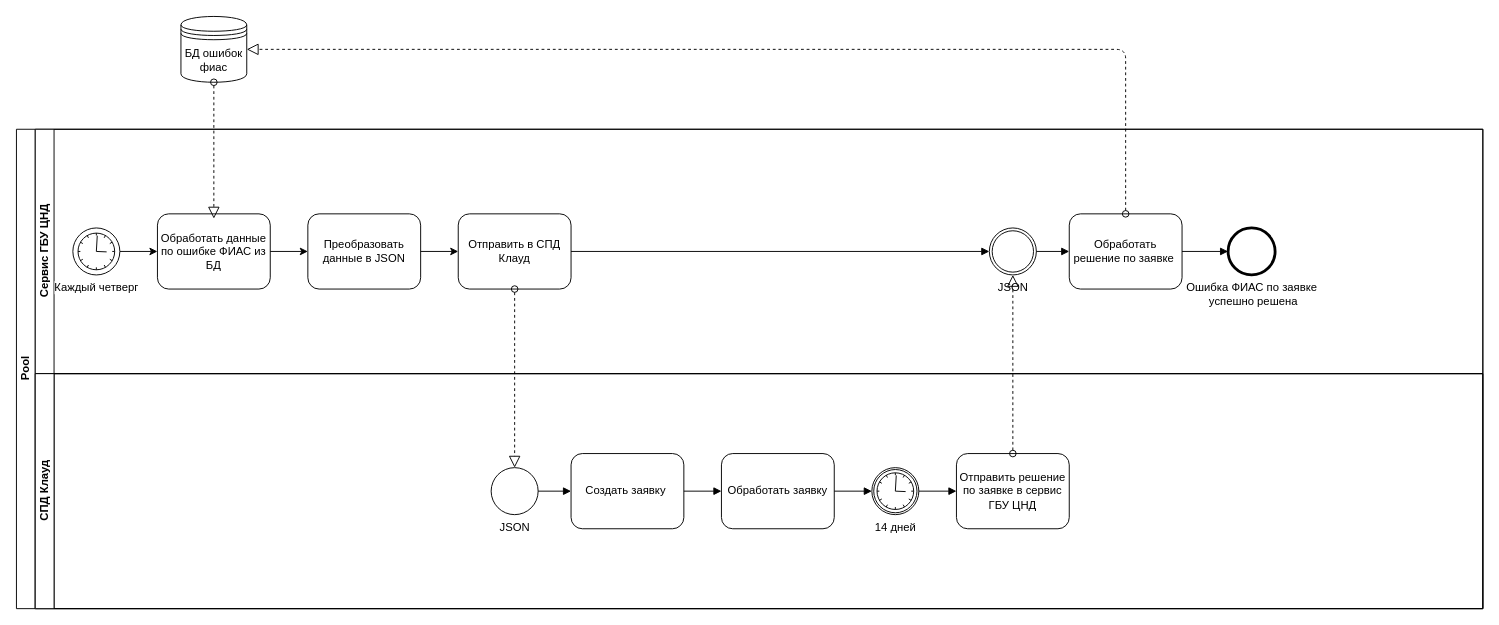
Before: st3.drawio in Swia/WP3, a draw.io diagram. Source tidied: cells renumbered, new cells numbered last; positions are measured from the earlier drawing's top-left corner, leaving out a move shared by most shapes. Both pictures are drawn from the tidied source at 94%, with x=0, y=0 at pixel (16, 16).
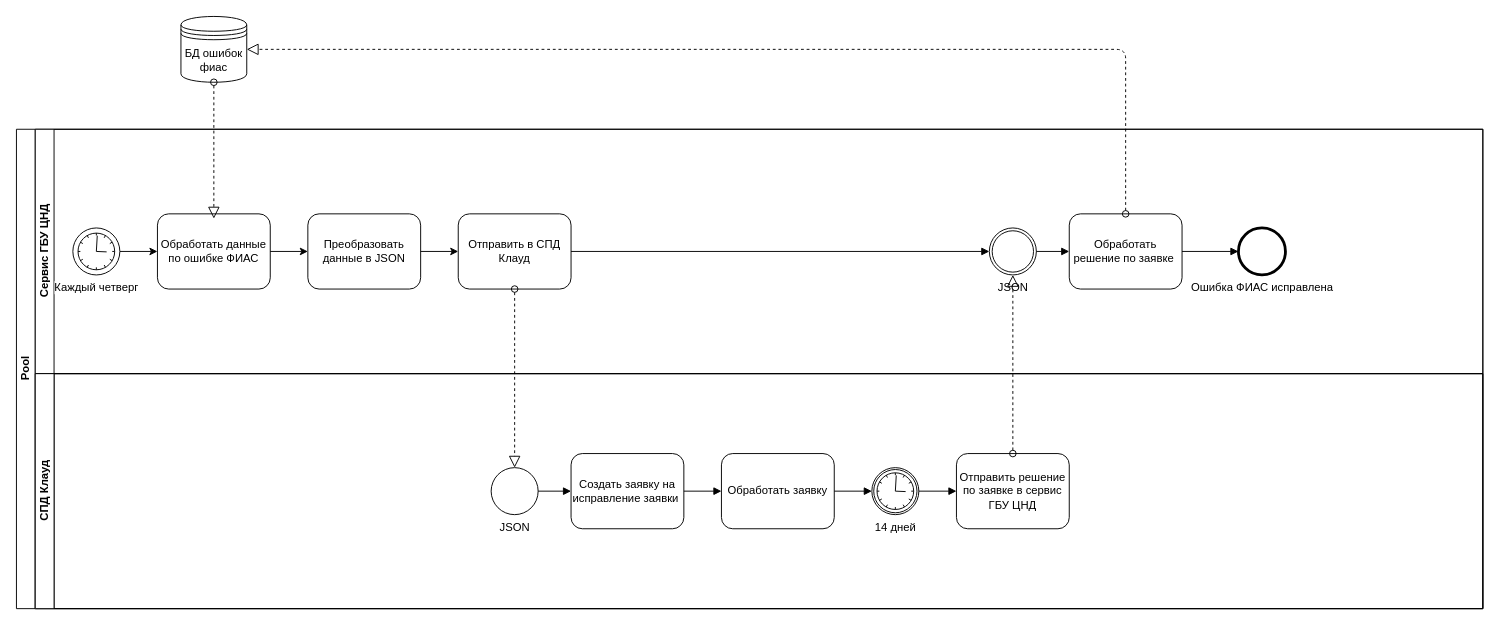
The same page after the edit.

Unchanged cells that the change refers to:
```xml
<mxCell id="3" value="Сервис ГБУ ЦНД" style="swimlane;html=1;startSize=20;horizontal=0;" parent="2" vertex="1">
  <mxGeometry x="20" width="1540" height="260" as="geometry" />
</mxCell>
<mxCell id="18" value="СПД Клауд" style="swimlane;html=1;startSize=20;horizontal=0;" parent="17" vertex="1">
  <mxGeometry width="1540" height="250" as="geometry" />
</mxCell>
```

What changed in the source:
```diff
@@
-    <mxCell id="4" value="Обработать данные по ошибке ФИАС из БД" style="shape=ext;rounded=1;html=1;whiteSpace=wrap;" parent="3" vertex="1">
+    <mxCell id="4" value="Обработать данные по ошибке ФИАС" style="shape=ext;rounded=1;html=1;whiteSpace=wrap;" parent="3" vertex="1">
       <mxGeometry x="130" y="90" width="120" height="80" as="geometry" />
     </mxCell>
@@
-    <mxCell id="15" value="Ошибка ФИАС по заявке &lt;br&gt;&amp;nbsp;успешно решена&lt;br&gt;&amp;nbsp;" style="shape=mxgraph.bpmn.shape;html=1;verticalLabelPosition=bottom;labelBackgroundColor=#ffffff;verticalAlign=top;align=center;perimeter=ellipsePerimeter;outlineConnect=0;outline=end;symbol=general;" parent="3" vertex="1">
-      <mxGeometry x="1269" y="105" width="50" height="50" as="geometry" />
+    <mxCell id="15" value="Ошибка ФИАС исправлена&lt;br&gt;&amp;nbsp;" style="shape=mxgraph.bpmn.shape;html=1;verticalLabelPosition=bottom;labelBackgroundColor=#ffffff;verticalAlign=top;align=center;perimeter=ellipsePerimeter;outlineConnect=0;outline=end;symbol=general;" parent="3" vertex="1">
+      <mxGeometry x="1280" y="105" width="50" height="50" as="geometry" />
     </mxCell>
@@
-    <mxCell id="20" value="Создать заявку&amp;nbsp;" style="shape=ext;rounded=1;html=1;whiteSpace=wrap;" parent="18" vertex="1">
+    <mxCell id="20" value="Создать заявку на исправление заявки&amp;nbsp;" style="shape=ext;rounded=1;html=1;whiteSpace=wrap;" parent="18" vertex="1">
       <mxGeometry x="570" y="85" width="120" height="80" as="geometry" />
     </mxCell>
```
